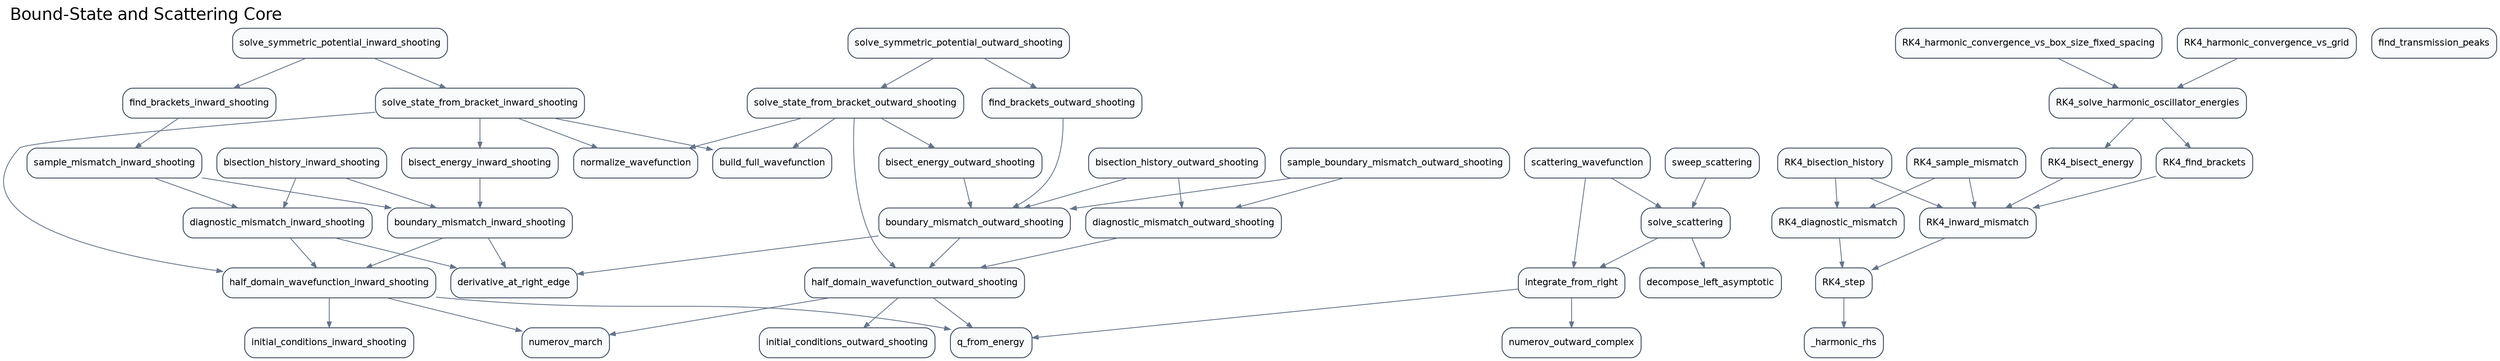
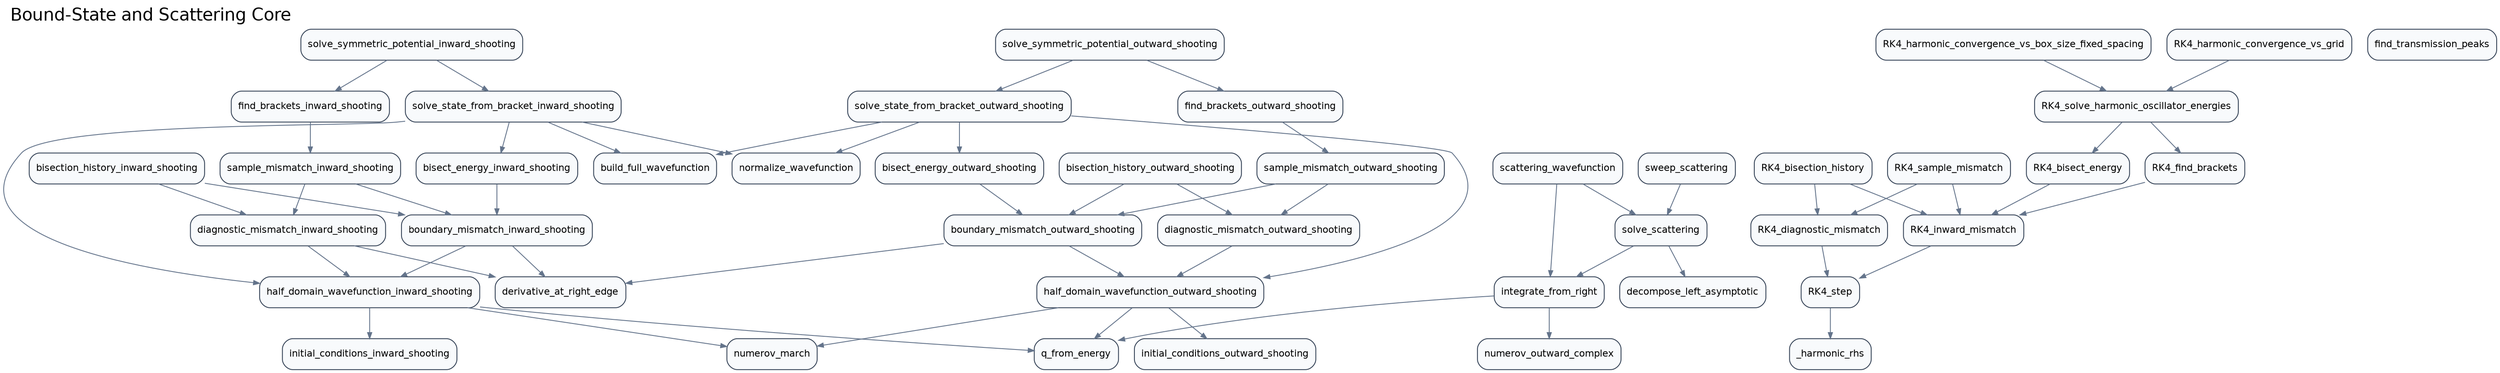
digraph G {
  rankdir="TB";
  graph [labeljust="l", labelloc="t", fontsize=20, fontname="Helvetica"];
  label="Bound-State and Scattering Core";
  node [shape=box, style="rounded,filled", fillcolor="#F8FAFC", color="#334155", fontname="Helvetica", fontsize=11];
  edge [color="#64748B", arrowsize=0.7];
  src_numerov_derivative_at_right_edge [label="derivative_at_right_edge"];
  src_numerov_normalize_wavefunction [label="normalize_wavefunction"];
  src_numerov_numerov_march [label="numerov_march"];
  src_numerov_q_from_energy [label="q_from_energy"];
  src_rk4_compare_RK4_bisect_energy [label="RK4_bisect_energy"];
  src_rk4_compare_RK4_bisection_history [label="RK4_bisection_history"];
  src_rk4_compare_RK4_diagnostic_mismatch [label="RK4_diagnostic_mismatch"];
  src_rk4_compare_RK4_find_brackets [label="RK4_find_brackets"];
  src_rk4_compare_RK4_harmonic_convergence_vs_box_size_fixed_spacing [label="RK4_harmonic_convergence_vs_box_size_fixed_spacing"];
  src_rk4_compare_RK4_harmonic_convergence_vs_grid [label="RK4_harmonic_convergence_vs_grid"];
  src_rk4_compare_RK4_inward_mismatch [label="RK4_inward_mismatch"];
  src_rk4_compare_RK4_sample_mismatch [label="RK4_sample_mismatch"];
  src_rk4_compare_RK4_solve_harmonic_oscillator_energies [label="RK4_solve_harmonic_oscillator_energies"];
  src_rk4_compare_RK4_step [label="RK4_step"];
  src_rk4_compare__harmonic_rhs [label="_harmonic_rhs"];
  src_scattering_decompose_left_asymptotic [label="decompose_left_asymptotic"];
  src_scattering_find_transmission_peaks [label="find_transmission_peaks"];
  src_scattering_integrate_from_right [label="integrate_from_right"];
  src_scattering_numerov_outward_complex [label="numerov_outward_complex"];
  src_scattering_scattering_wavefunction [label="scattering_wavefunction"];
  src_scattering_solve_scattering [label="solve_scattering"];
  src_scattering_sweep_scattering [label="sweep_scattering"];
  src_shooting_bisect_energy_inward_shooting [label="bisect_energy_inward_shooting"];
  src_shooting_bisect_energy_outward_shooting [label="bisect_energy_outward_shooting"];
  src_shooting_bisection_history_inward_shooting [label="bisection_history_inward_shooting"];
  src_shooting_bisection_history_outward_shooting [label="bisection_history_outward_shooting"];
  src_shooting_boundary_mismatch_inward_shooting [label="boundary_mismatch_inward_shooting"];
  src_shooting_boundary_mismatch_outward_shooting [label="boundary_mismatch_outward_shooting"];
  src_shooting_build_full_wavefunction [label="build_full_wavefunction"];
  src_shooting_diagnostic_mismatch_inward_shooting [label="diagnostic_mismatch_inward_shooting"];
  src_shooting_diagnostic_mismatch_outward_shooting [label="diagnostic_mismatch_outward_shooting"];
  src_shooting_find_brackets_inward_shooting [label="find_brackets_inward_shooting"];
  src_shooting_find_brackets_outward_shooting [label="find_brackets_outward_shooting"];
  src_shooting_half_domain_wavefunction_inward_shooting [label="half_domain_wavefunction_inward_shooting"];
  src_shooting_half_domain_wavefunction_outward_shooting [label="half_domain_wavefunction_outward_shooting"];
  src_shooting_initial_conditions_inward_shooting [label="initial_conditions_inward_shooting"];
  src_shooting_initial_conditions_outward_shooting [label="initial_conditions_outward_shooting"];
-   src_shooting_sample_boundary_mismatch_outward_shooting [label="sample_boundary_mismatch_outward_shooting"];
  src_shooting_sample_mismatch_inward_shooting [label="sample_mismatch_inward_shooting"];
+   src_shooting_sample_mismatch_outward_shooting [label="sample_mismatch_outward_shooting"];
  src_shooting_solve_state_from_bracket_inward_shooting [label="solve_state_from_bracket_inward_shooting"];
  src_shooting_solve_state_from_bracket_outward_shooting [label="solve_state_from_bracket_outward_shooting"];
  src_shooting_solve_symmetric_potential_inward_shooting [label="solve_symmetric_potential_inward_shooting"];
  src_shooting_solve_symmetric_potential_outward_shooting [label="solve_symmetric_potential_outward_shooting"];
  src_rk4_compare_RK4_bisect_energy -> src_rk4_compare_RK4_inward_mismatch;
  src_rk4_compare_RK4_bisection_history -> src_rk4_compare_RK4_diagnostic_mismatch;
  src_rk4_compare_RK4_bisection_history -> src_rk4_compare_RK4_inward_mismatch;
  src_rk4_compare_RK4_diagnostic_mismatch -> src_rk4_compare_RK4_step;
  src_rk4_compare_RK4_find_brackets -> src_rk4_compare_RK4_inward_mismatch;
  src_rk4_compare_RK4_harmonic_convergence_vs_box_size_fixed_spacing -> src_rk4_compare_RK4_solve_harmonic_oscillator_energies;
  src_rk4_compare_RK4_harmonic_convergence_vs_grid -> src_rk4_compare_RK4_solve_harmonic_oscillator_energies;
  src_rk4_compare_RK4_inward_mismatch -> src_rk4_compare_RK4_step;
  src_rk4_compare_RK4_sample_mismatch -> src_rk4_compare_RK4_diagnostic_mismatch;
  src_rk4_compare_RK4_sample_mismatch -> src_rk4_compare_RK4_inward_mismatch;
  src_rk4_compare_RK4_solve_harmonic_oscillator_energies -> src_rk4_compare_RK4_bisect_energy;
  src_rk4_compare_RK4_solve_harmonic_oscillator_energies -> src_rk4_compare_RK4_find_brackets;
  src_rk4_compare_RK4_step -> src_rk4_compare__harmonic_rhs;
  src_scattering_integrate_from_right -> src_numerov_q_from_energy;
  src_scattering_integrate_from_right -> src_scattering_numerov_outward_complex;
  src_scattering_scattering_wavefunction -> src_scattering_integrate_from_right;
  src_scattering_scattering_wavefunction -> src_scattering_solve_scattering;
  src_scattering_solve_scattering -> src_scattering_decompose_left_asymptotic;
  src_scattering_solve_scattering -> src_scattering_integrate_from_right;
  src_scattering_sweep_scattering -> src_scattering_solve_scattering;
  src_shooting_bisect_energy_inward_shooting -> src_shooting_boundary_mismatch_inward_shooting;
  src_shooting_bisect_energy_outward_shooting -> src_shooting_boundary_mismatch_outward_shooting;
  src_shooting_bisection_history_inward_shooting -> src_shooting_boundary_mismatch_inward_shooting;
  src_shooting_bisection_history_inward_shooting -> src_shooting_diagnostic_mismatch_inward_shooting;
  src_shooting_bisection_history_outward_shooting -> src_shooting_boundary_mismatch_outward_shooting;
  src_shooting_bisection_history_outward_shooting -> src_shooting_diagnostic_mismatch_outward_shooting;
  src_shooting_boundary_mismatch_inward_shooting -> src_numerov_derivative_at_right_edge;
  src_shooting_boundary_mismatch_inward_shooting -> src_shooting_half_domain_wavefunction_inward_shooting;
  src_shooting_boundary_mismatch_outward_shooting -> src_numerov_derivative_at_right_edge;
  src_shooting_boundary_mismatch_outward_shooting -> src_shooting_half_domain_wavefunction_outward_shooting;
  src_shooting_diagnostic_mismatch_inward_shooting -> src_numerov_derivative_at_right_edge;
  src_shooting_diagnostic_mismatch_inward_shooting -> src_shooting_half_domain_wavefunction_inward_shooting;
  src_shooting_diagnostic_mismatch_outward_shooting -> src_shooting_half_domain_wavefunction_outward_shooting;
  src_shooting_find_brackets_inward_shooting -> src_shooting_sample_mismatch_inward_shooting;
-   src_shooting_find_brackets_outward_shooting -> src_shooting_boundary_mismatch_outward_shooting;
+   src_shooting_find_brackets_outward_shooting -> src_shooting_sample_mismatch_outward_shooting;
  src_shooting_half_domain_wavefunction_inward_shooting -> src_numerov_numerov_march;
  src_shooting_half_domain_wavefunction_inward_shooting -> src_numerov_q_from_energy;
  src_shooting_half_domain_wavefunction_inward_shooting -> src_shooting_initial_conditions_inward_shooting;
  src_shooting_half_domain_wavefunction_outward_shooting -> src_numerov_numerov_march;
  src_shooting_half_domain_wavefunction_outward_shooting -> src_numerov_q_from_energy;
  src_shooting_half_domain_wavefunction_outward_shooting -> src_shooting_initial_conditions_outward_shooting;
-   src_shooting_sample_boundary_mismatch_outward_shooting -> src_shooting_boundary_mismatch_outward_shooting;
-   src_shooting_sample_boundary_mismatch_outward_shooting -> src_shooting_diagnostic_mismatch_outward_shooting;
  src_shooting_sample_mismatch_inward_shooting -> src_shooting_boundary_mismatch_inward_shooting;
  src_shooting_sample_mismatch_inward_shooting -> src_shooting_diagnostic_mismatch_inward_shooting;
+   src_shooting_sample_mismatch_outward_shooting -> src_shooting_boundary_mismatch_outward_shooting;
+   src_shooting_sample_mismatch_outward_shooting -> src_shooting_diagnostic_mismatch_outward_shooting;
  src_shooting_solve_state_from_bracket_inward_shooting -> src_numerov_normalize_wavefunction;
  src_shooting_solve_state_from_bracket_inward_shooting -> src_shooting_bisect_energy_inward_shooting;
  src_shooting_solve_state_from_bracket_inward_shooting -> src_shooting_build_full_wavefunction;
  src_shooting_solve_state_from_bracket_inward_shooting -> src_shooting_half_domain_wavefunction_inward_shooting;
  src_shooting_solve_state_from_bracket_outward_shooting -> src_numerov_normalize_wavefunction;
  src_shooting_solve_state_from_bracket_outward_shooting -> src_shooting_bisect_energy_outward_shooting;
  src_shooting_solve_state_from_bracket_outward_shooting -> src_shooting_build_full_wavefunction;
  src_shooting_solve_state_from_bracket_outward_shooting -> src_shooting_half_domain_wavefunction_outward_shooting;
  src_shooting_solve_symmetric_potential_inward_shooting -> src_shooting_find_brackets_inward_shooting;
  src_shooting_solve_symmetric_potential_inward_shooting -> src_shooting_solve_state_from_bracket_inward_shooting;
  src_shooting_solve_symmetric_potential_outward_shooting -> src_shooting_find_brackets_outward_shooting;
  src_shooting_solve_symmetric_potential_outward_shooting -> src_shooting_solve_state_from_bracket_outward_shooting;
}
